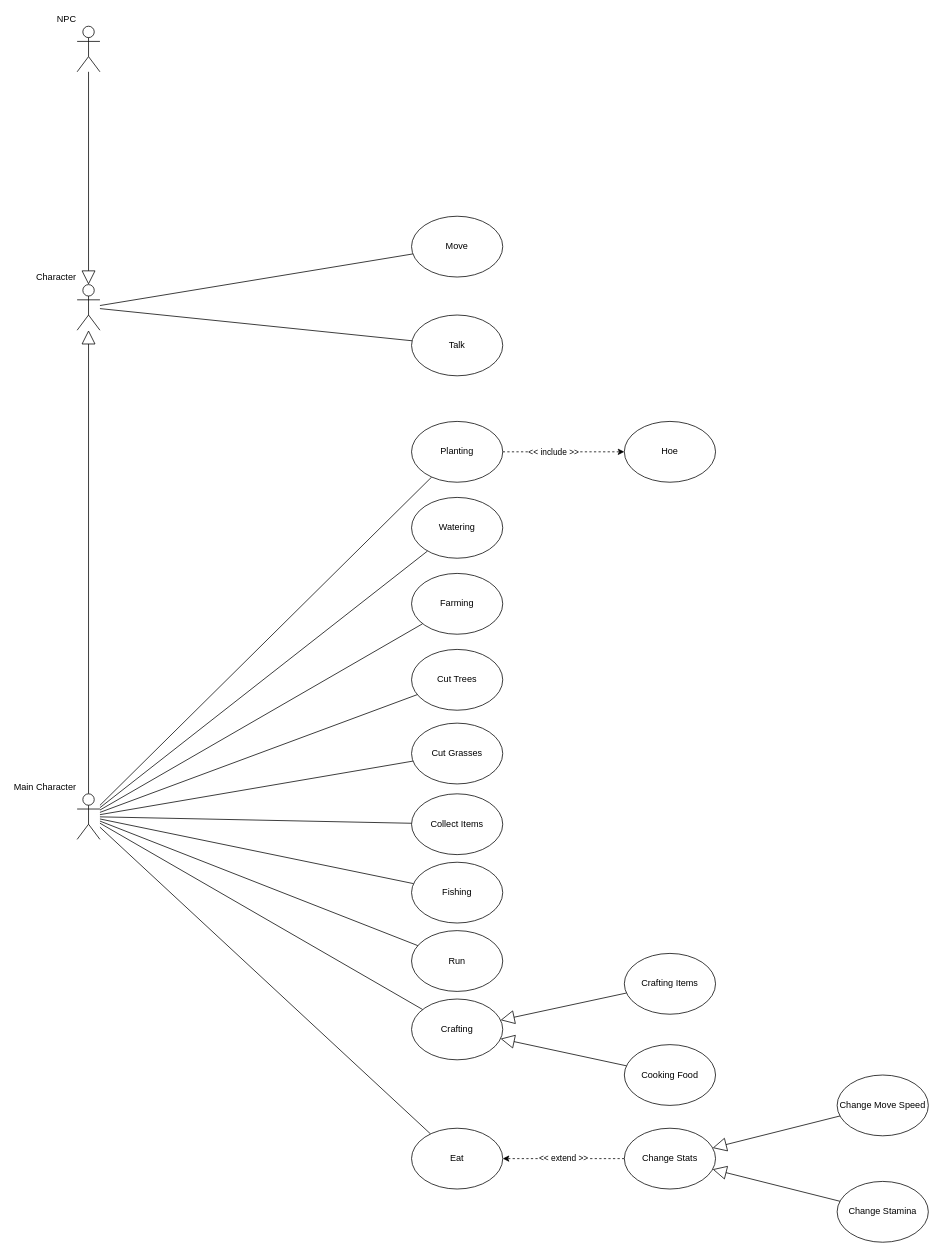
This is page "Main_Character_Use_cases" (2 of 2) of Document/sunny_field_use_cases.drawio from linhh563/sunny-fields, a draw.io file, before an edit. Source tidied: cells renumbered, new cells numbered last; positions are measured from the earlier drawing's top-left corner, leaving out a move shared by most shapes. Both pictures are drawn from the tidied source at 76%, with x=0, y=0 at pixel (77, 26).
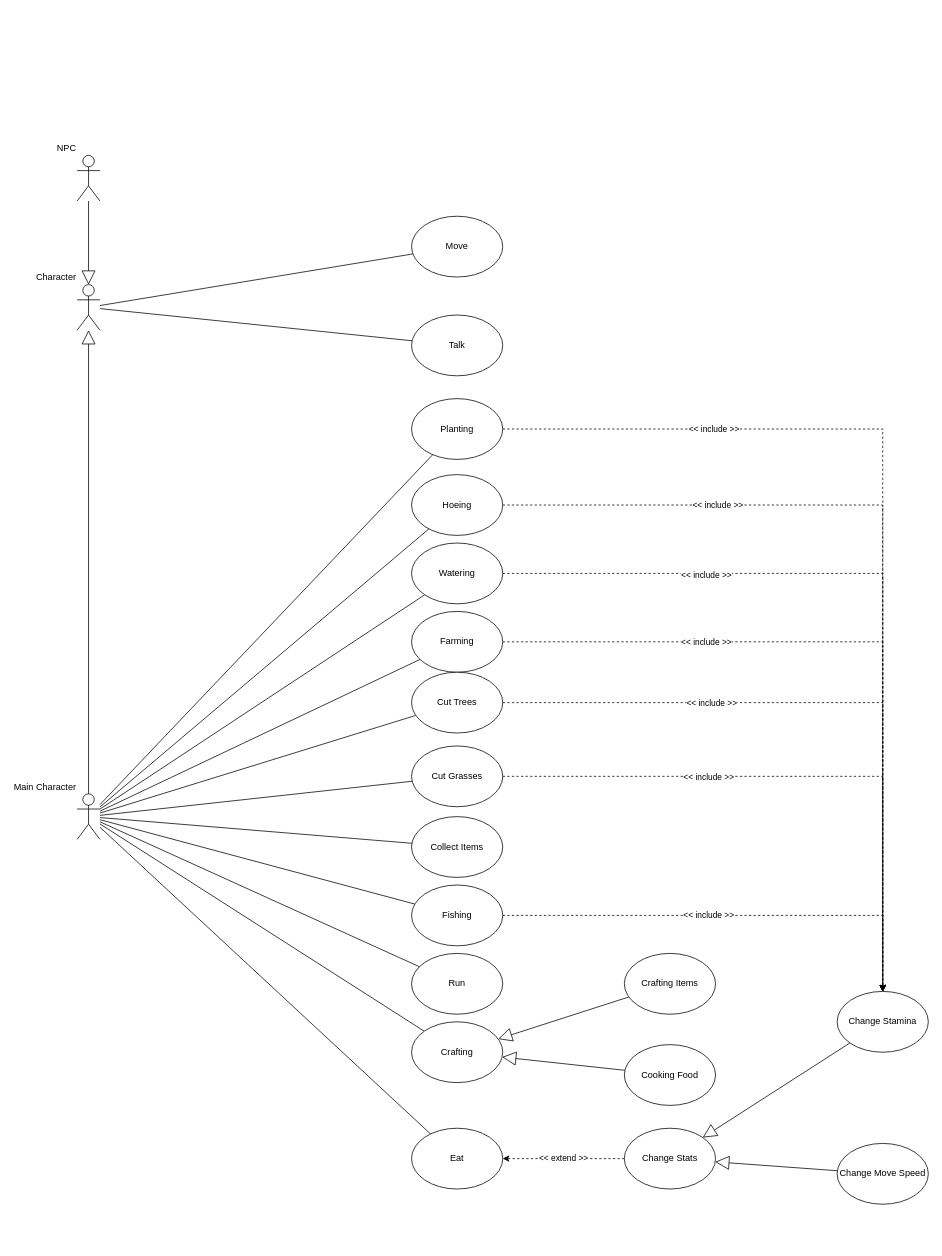
The same diagram, later.

Unchanged cells that the change refers to:
```xml
<mxCell id="13" value="Main Character" style="shape=umlActor;verticalLabelPosition=top;verticalAlign=bottom;html=1;outlineConnect=0;labelPosition=left;align=right;" parent="1" vertex="1">
  <mxGeometry y="1010" width="30" height="60" as="geometry" />
</mxCell>
```

Change to the diagram source:
```diff
@@
+    <mxCell id="45" style="rounded=0;jettySize=auto;html=1;endArrow=none;endFill=0;" parent="1" edge="1" source="13" target="44">
+      <mxGeometry relative="1" as="geometry" />
+    </mxCell>
@@
-    <mxCell id="19" style="rounded=0;jettySize=auto;html=1;dashed=1;" parent="1" edge="1" source="21" target="44">
-      <mxGeometry relative="1" as="geometry" />
-    </mxCell>
-    <mxCell id="20" value="&amp;lt;&amp;lt; include &amp;gt;&amp;gt;" style="edgeLabel;html=1;align=center;verticalAlign=middle;" parent="19" vertex="1">
-      <mxGeometry x="-0.17" relative="1" as="geometry" />
-    </mxCell>
+    <mxCell id="46" style="edgeStyle=orthogonalEdgeStyle;rounded=0;jettySize=auto;html=1;dashed=1;" parent="1" edge="1" source="21" target="41">
+      <mxGeometry relative="1" as="geometry" />
+    </mxCell>
+    <mxCell id="47" value="&amp;lt;&amp;lt; include &amp;gt;&amp;gt;" style="edgeLabel;html=1;align=center;verticalAlign=middle;" parent="46" vertex="1">
+      <mxGeometry x="-0.58" y="1" relative="1" as="geometry">
+        <mxPoint x="17" y="1" as="offset" />
+      </mxGeometry>
+    </mxCell>
     <mxCell id="21" value="Planting" style="ellipse;whiteSpace=wrap;html=1;" parent="1" vertex="1">
-      <mxGeometry x="440" y="520" width="120" height="80" as="geometry" />
+      <mxGeometry x="440" y="490" width="120" height="80" as="geometry" />
     </mxCell>
+    <mxCell id="48" style="edgeStyle=orthogonalEdgeStyle;rounded=0;jettySize=auto;html=1;dashed=1;" parent="1" edge="1" source="22" target="41">
+      <mxGeometry relative="1" as="geometry" />
+    </mxCell>
+    <mxCell id="49" value="&amp;lt;&amp;lt; include &amp;gt;&amp;gt;" style="edgeLabel;html=1;align=center;verticalAlign=middle;" parent="48" vertex="1">
+      <mxGeometry x="-0.5" y="-1" relative="1" as="geometry">
+        <mxPoint x="4" as="offset" />
+      </mxGeometry>
+    </mxCell>
     <mxCell id="22" value="Watering" style="ellipse;whiteSpace=wrap;html=1;" parent="1" vertex="1">
-      <mxGeometry x="440" y="620" width="120" height="80" as="geometry" />
+      <mxGeometry x="440" y="680" width="120" height="80" as="geometry" />
     </mxCell>
+    <mxCell id="50" style="edgeStyle=orthogonalEdgeStyle;rounded=0;jettySize=auto;html=1;dashed=1;" parent="1" edge="1" source="23" target="41">
+      <mxGeometry relative="1" as="geometry" />
+    </mxCell>
+    <mxCell id="51" value="&amp;lt;&amp;lt; include &amp;gt;&amp;gt;" style="edgeLabel;html=1;align=center;verticalAlign=middle;" parent="50" vertex="1">
+      <mxGeometry x="-0.46" y="-1" relative="1" as="geometry">
+        <mxPoint x="8" y="-1" as="offset" />
+      </mxGeometry>
+    </mxCell>
     <mxCell id="23" value="Farming" style="ellipse;whiteSpace=wrap;html=1;" parent="1" vertex="1">
-      <mxGeometry x="440" y="720" width="120" height="80" as="geometry" />
+      <mxGeometry x="440" y="770" width="120" height="80" as="geometry" />
     </mxCell>
+    <mxCell id="52" style="edgeStyle=orthogonalEdgeStyle;rounded=0;jettySize=auto;html=1;dashed=1;" parent="1" edge="1" source="24" target="41">
+      <mxGeometry relative="1" as="geometry" />
+    </mxCell>
+    <mxCell id="53" value="&amp;lt;&amp;lt; include &amp;gt;&amp;gt;" style="edgeLabel;html=1;align=center;verticalAlign=middle;" parent="52" vertex="1">
+      <mxGeometry x="-0.49" y="4" relative="1" as="geometry">
+        <mxPoint x="50" y="4" as="offset" />
+      </mxGeometry>
+    </mxCell>
     <mxCell id="24" value="Cut Trees" style="ellipse;whiteSpace=wrap;html=1;" parent="1" vertex="1">
-      <mxGeometry x="440" y="820" width="120" height="80" as="geometry" />
+      <mxGeometry x="440" y="850" width="120" height="80" as="geometry" />
     </mxCell>
+    <mxCell id="54" style="edgeStyle=orthogonalEdgeStyle;rounded=0;jettySize=auto;html=1;dashed=1;" parent="1" edge="1" source="25" target="41">
+      <mxGeometry relative="1" as="geometry" />
+    </mxCell>
+    <mxCell id="55" value="&amp;lt;&amp;lt; include &amp;gt;&amp;gt;" style="edgeLabel;html=1;align=center;verticalAlign=middle;" parent="54" vertex="1">
+      <mxGeometry x="-0.35" y="-2" relative="1" as="geometry">
+        <mxPoint x="16" y="-2" as="offset" />
+      </mxGeometry>
+    </mxCell>
     <mxCell id="25" value="Cut Grasses" style="ellipse;whiteSpace=wrap;html=1;" parent="1" vertex="1">
-      <mxGeometry x="440" y="917" width="120" height="80" as="geometry" />
+      <mxGeometry x="440" y="947" width="120" height="80" as="geometry" />
     </mxCell>
     <mxCell id="26" value="Collect Items" style="ellipse;whiteSpace=wrap;html=1;" parent="1" vertex="1">
-      <mxGeometry x="440" y="1010" width="120" height="80" as="geometry" />
+      <mxGeometry x="440" y="1040" width="120" height="80" as="geometry" />
     </mxCell>
+    <mxCell id="56" style="edgeStyle=orthogonalEdgeStyle;rounded=0;jettySize=auto;html=1;dashed=1;" parent="1" edge="1" source="27" target="41">
+      <mxGeometry relative="1" as="geometry" />
+    </mxCell>
+    <mxCell id="57" value="&amp;lt;&amp;lt; include &amp;gt;&amp;gt;" style="edgeLabel;html=1;align=center;verticalAlign=middle;" parent="56" vertex="1">
+      <mxGeometry x="-0.1" y="1" relative="1" as="geometry" />
+    </mxCell>
     <mxCell id="27" value="Fishing" style="ellipse;whiteSpace=wrap;html=1;" parent="1" vertex="1">
-      <mxGeometry x="440" y="1100" width="120" height="80" as="geometry" />
+      <mxGeometry x="440" y="1130" width="120" height="80" as="geometry" />
     </mxCell>
     <mxCell id="28" value="Run" style="ellipse;whiteSpace=wrap;html=1;" parent="1" vertex="1">
-      <mxGeometry x="440" y="1190" width="120" height="80" as="geometry" />
+      <mxGeometry x="440" y="1220" width="120" height="80" as="geometry" />
     </mxCell>
     <mxCell id="29" value="Crafting" style="ellipse;whiteSpace=wrap;html=1;" parent="1" vertex="1">
-      <mxGeometry x="440" y="1280" width="120" height="80" as="geometry" />
+      <mxGeometry x="440" y="1310" width="120" height="80" as="geometry" />
     </mxCell>
@@
     <mxCell id="39" value="Change Move Speed" style="ellipse;whiteSpace=wrap;html=1;" parent="1" vertex="1">
-      <mxGeometry x="1000" y="1380" width="120" height="80" as="geometry" />
+      <mxGeometry x="1000" y="1470" width="120" height="80" as="geometry" />
     </mxCell>
@@
     <mxCell id="41" value="Change Stamina" style="ellipse;whiteSpace=wrap;html=1;" parent="1" vertex="1">
-      <mxGeometry x="1000" y="1520" width="120" height="80" as="geometry" />
+      <mxGeometry x="1000" y="1270" width="120" height="80" as="geometry" />
     </mxCell>
@@
     <mxCell id="43" value="NPC" style="shape=umlActor;verticalLabelPosition=top;verticalAlign=bottom;html=1;outlineConnect=0;labelPosition=left;align=right;" parent="1" vertex="1">
-      <mxGeometry width="30" height="60" as="geometry" />
+      <mxGeometry y="170" width="30" height="60" as="geometry" />
     </mxCell>
+    <mxCell id="58" style="edgeStyle=orthogonalEdgeStyle;rounded=0;jettySize=auto;html=1;dashed=1;" parent="1" edge="1" source="44" target="41">
+      <mxGeometry relative="1" as="geometry" />
+    </mxCell>
+    <mxCell id="59" value="&amp;lt;&amp;lt; include &amp;gt;&amp;gt;" style="edgeLabel;html=1;align=center;verticalAlign=middle;" parent="58" vertex="1">
+      <mxGeometry x="-0.55" y="2" relative="1" as="geometry">
+        <mxPoint x="25" y="2" as="offset" />
+      </mxGeometry>
+    </mxCell>
-    <mxCell id="44" value="Hoe" style="ellipse;whiteSpace=wrap;html=1;" parent="1" vertex="1">
-      <mxGeometry x="720" y="520" width="120" height="80" as="geometry" />
+    <mxCell id="44" value="Hoeing" style="ellipse;whiteSpace=wrap;html=1;" parent="1" vertex="1">
+      <mxGeometry x="440" y="590" width="120" height="80" as="geometry" />
     </mxCell>
```
